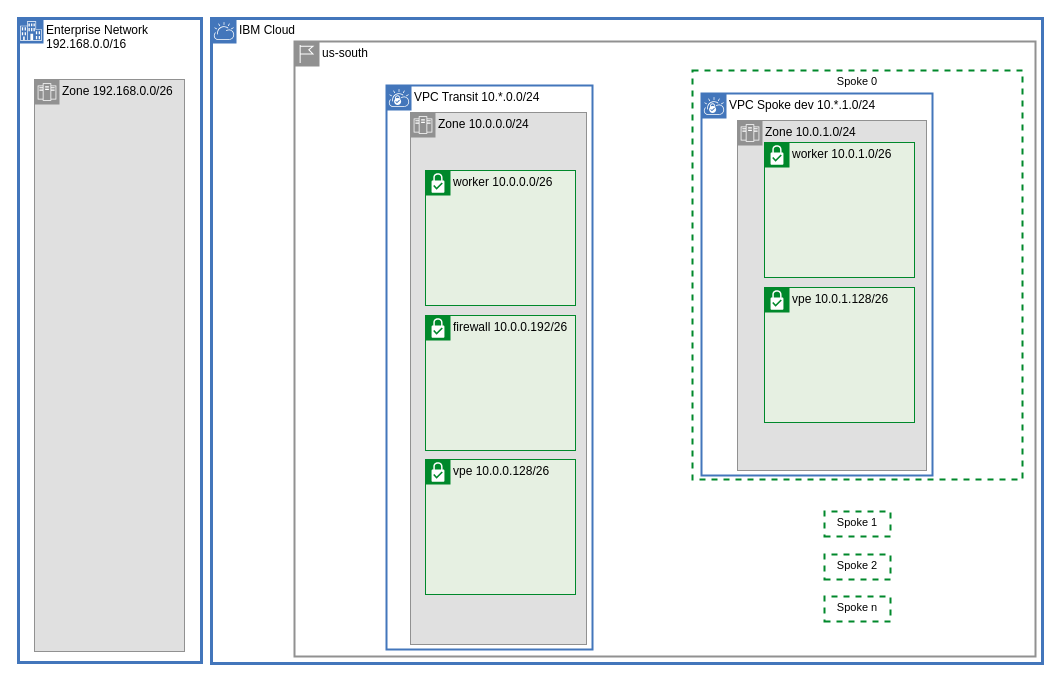
The draw.io diagram page "vpc-layout" (2 of 3) of diagrams/vpc-transit.drawio in ibm-cloud-docs/solution-tutorials, before the edit. Source tidied: cells renumbered, new cells numbered last; positions are measured from the earlier drawing's top-left corner, leaving out a move shared by most shapes. Both pictures are drawn from the tidied source at 100%, with x=0, y=0 at pixel (18, 18).
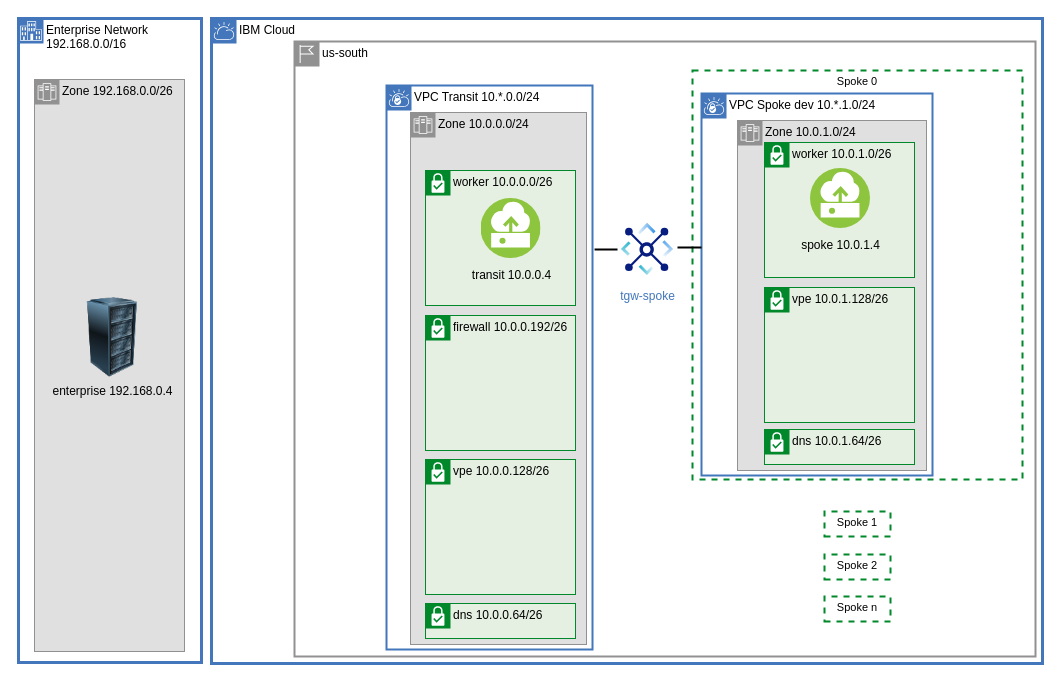
Above is the later version.

The change refers to these unchanged cells:
```xml
<mxCell id="8" value="VPC Transit 10.*.0.0/24" style="shape=mxgraph.ibm.box;prType=vpc;fontStyle=0;verticalAlign=top;align=left;spacingLeft=32;spacingTop=4;fillColor=none;rounded=0;whiteSpace=wrap;html=1;strokeColor=#4376BB;strokeWidth=2;dashed=0;spacing=-4;" parent="1" vertex="1">
  <mxGeometry x="368" y="67" width="206" height="564" as="geometry" />
</mxCell>
```

Diff of the diagram source:
```diff
@@
+    <mxCell id="19" style="edgeStyle=orthogonalEdgeStyle;rounded=0;jettySize=auto;html=1;strokeWidth=2;endArrow=none;endFill=0;entryX=1.01;entryY=0.291;entryDx=0;entryDy=0;entryPerimeter=0;" parent="1" edge="1" source="27" target="8">
+      <mxGeometry relative="1" as="geometry" />
+    </mxCell>
@@
+    <mxCell id="20" value="dns 10.0.0.64/26" style="shape=mxgraph.ibm.box;prType=subnet;fontStyle=0;verticalAlign=top;align=left;spacingLeft=32;spacingTop=4;fillColor=#E6F0E2;rounded=0;whiteSpace=wrap;html=1;strokeColor=#00882B;strokeWidth=1;dashed=0;spacing=-4;flipV=0;" parent="1" vertex="1">
+      <mxGeometry x="407" y="585" width="150" height="35" as="geometry" />
+    </mxCell>
+    <mxCell id="21" value="dns 10.0.1.64/26" style="shape=mxgraph.ibm.box;prType=subnet;fontStyle=0;verticalAlign=top;align=left;spacingLeft=32;spacingTop=4;fillColor=#E6F0E2;rounded=0;whiteSpace=wrap;html=1;strokeColor=#00882B;strokeWidth=1;dashed=0;spacing=-4;flipV=0;" parent="1" vertex="1">
+      <mxGeometry x="746" y="411" width="150" height="35" as="geometry" />
+    </mxCell>
+    <mxCell id="22" parent="0" />
+    <mxCell id="23" value="spoke 10.0.1.4" style="perimeter=ellipsePerimeter;html=1;align=center;shadow=0;dashed=0;fontColor=black;fontSize=12;spacingTop=3;image;image=img/lib/ibm/vpc/Instance.svg;overflow=visible;noLabel=0;labelBackgroundColor=none;" parent="22" vertex="1">
+      <mxGeometry x="792" y="150" width="60" height="60" as="geometry" />
+    </mxCell>
+    <mxCell id="24" value="transit 10.0.0.4" style="perimeter=ellipsePerimeter;html=1;align=center;shadow=0;dashed=0;fontColor=black;fontSize=12;spacingTop=3;image;image=img/lib/ibm/vpc/Instance.svg;labelBackgroundColor=none;" parent="22" vertex="1">
+      <mxGeometry x="462.5" y="180" width="60" height="60" as="geometry" />
+    </mxCell>
+    <mxCell id="25" value="enterprise 192.168.0.4" style="image;html=1;image=img/lib/clip_art/computers/Server_Rack_128x128.png;noLabel=0;labelBackgroundColor=none;" parent="22" vertex="1">
+      <mxGeometry x="54" y="279" width="80" height="80" as="geometry" />
+    </mxCell>
+    <mxCell id="26" parent="0" />
+    <mxCell id="27" value="tgw-spoke" style="perimeter=ellipsePerimeter;html=1;align=center;shadow=0;dashed=0;fontColor=#4277BB;labelBackgroundColor=#ffffff;fontSize=12;spacingTop=3;image;image=img/lib/ibm/vpc/TransitGateway.svg;labelPadding=0;backgroundOutline=0;" parent="26" vertex="1">
+      <mxGeometry x="599" y="201" width="60" height="60" as="geometry" />
+    </mxCell>
+    <mxCell id="28" style="edgeStyle=orthogonalEdgeStyle;rounded=0;orthogonalLoop=1;jettySize=auto;html=1;endArrow=none;endFill=0;strokeWidth=2;" parent="26" edge="1">
+      <mxGeometry relative="1" as="geometry">
+        <mxPoint x="659" y="229" as="sourcePoint" />
+        <mxPoint x="682" y="230" as="targetPoint" />
+      </mxGeometry>
+    </mxCell>
```
